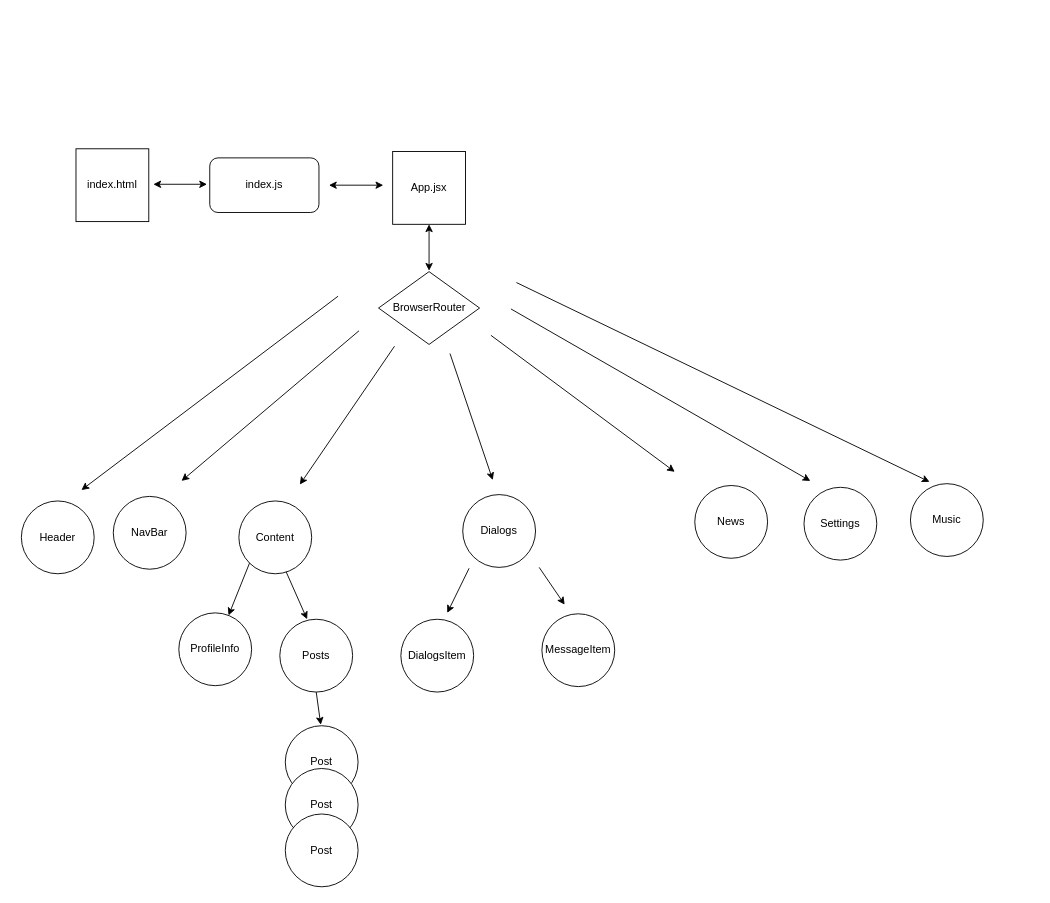
Before: nickson-app.drawio in nikolajred/nickson-app, a draw.io diagram. Source tidied: cells renumbered, new cells numbered last; positions are measured from the earlier drawing's top-left corner, leaving out a move shared by most shapes. Both pictures are drawn from the tidied source at 91%, with x=0, y=0 at pixel (21, 148).
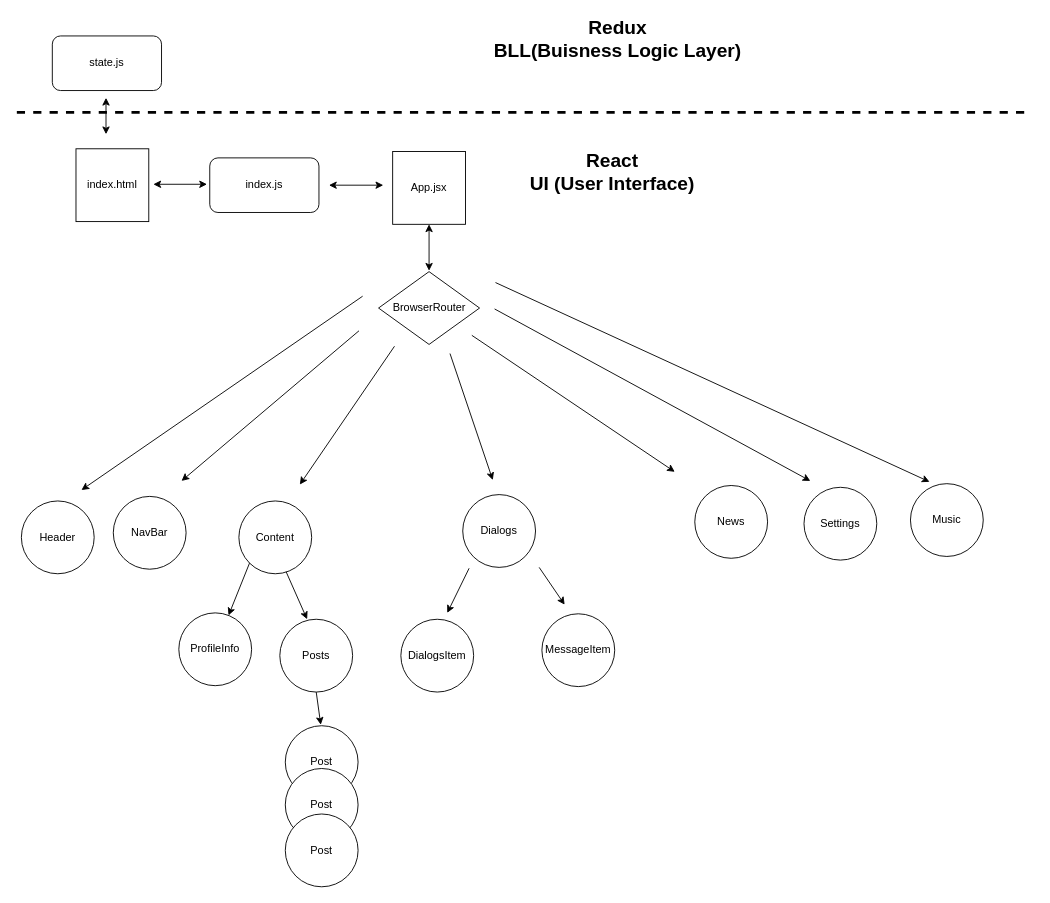
The same diagram, later.

The edit, as a diff of the source:
```diff
@@
     <mxCell id="14" style="endArrow=classic;html=1;rounded=0;" parent="1" edge="1">
       <mxGeometry relative="1" as="geometry">
-        <mxPoint x="348" y="162" as="sourcePoint" />
+        <mxPoint x="375" y="162" as="sourcePoint" />
         <mxPoint x="66" y="375" as="targetPoint" />
       </mxGeometry>
     </mxCell>
@@
     <mxCell id="18" style="endArrow=classic;html=1;rounded=0;" parent="1" edge="1">
       <mxGeometry relative="1" as="geometry">
-        <mxPoint x="516" y="205" as="sourcePoint" />
+        <mxPoint x="495" y="205" as="sourcePoint" />
         <mxPoint x="718" y="355" as="targetPoint" />
       </mxGeometry>
     </mxCell>
     <mxCell id="19" style="endArrow=classic;html=1;rounded=0;" parent="1" edge="1">
       <mxGeometry relative="1" as="geometry">
-        <mxPoint x="538" y="176" as="sourcePoint" />
+        <mxPoint x="520" y="176" as="sourcePoint" />
         <mxPoint x="867" y="365" as="targetPoint" />
       </mxGeometry>
     </mxCell>
     <mxCell id="20" style="endArrow=classic;html=1;rounded=0;" parent="1" edge="1">
       <mxGeometry relative="1" as="geometry">
-        <mxPoint x="544" y="147" as="sourcePoint" />
+        <mxPoint x="521" y="147" as="sourcePoint" />
         <mxPoint x="998" y="366" as="targetPoint" />
       </mxGeometry>
     </mxCell>
@@
+    <mxCell id="35" value="state.js" style="rounded=1;whiteSpace=wrap;html=1;" parent="1" vertex="1">
+      <mxGeometry x="34" y="-124" width="120" height="60" as="geometry" />
+    </mxCell>
+    <mxCell id="36" style="endArrow=classic;startArrow=classic;html=1;rounded=0;" parent="1" edge="1">
+      <mxGeometry relative="1" as="geometry">
+        <mxPoint x="93" y="-16" as="sourcePoint" />
+        <mxPoint x="93" y="-56" as="targetPoint" />
+      </mxGeometry>
+    </mxCell>
+    <mxCell id="37" style="endArrow=none;dashed=1;html=1;rounded=0;strokeWidth=3;" parent="1" edge="1">
+      <mxGeometry relative="1" as="geometry">
+        <mxPoint x="-5" y="-40" as="sourcePoint" />
+        <mxPoint x="1111" y="-40" as="targetPoint" />
+      </mxGeometry>
+    </mxCell>
+    <mxCell id="38" value="&lt;b style=&quot;font-size: 21px&quot;&gt;&lt;font style=&quot;font-size: 21px&quot;&gt;Redux&lt;br&gt;BLL(Buisness Logic Layer)&lt;br&gt;&lt;/font&gt;&lt;/b&gt;" style="text;html=1;align=center;verticalAlign=middle;strokeColor=none;fillColor=none;" parent="1" vertex="1">
+      <mxGeometry x="514" y="-140" width="282" height="38" as="geometry" />
+    </mxCell>
+    <mxCell id="39" value="&lt;b style=&quot;font-size: 21px&quot;&gt;&lt;font style=&quot;font-size: 21px&quot;&gt;React&lt;br&gt;UI (User Interface)&lt;br&gt;&lt;/font&gt;&lt;/b&gt;" style="text;html=1;align=center;verticalAlign=middle;strokeColor=none;fillColor=none;" parent="1" vertex="1">
+      <mxGeometry x="553" y="6" width="191" height="38" as="geometry" />
+    </mxCell>
```
